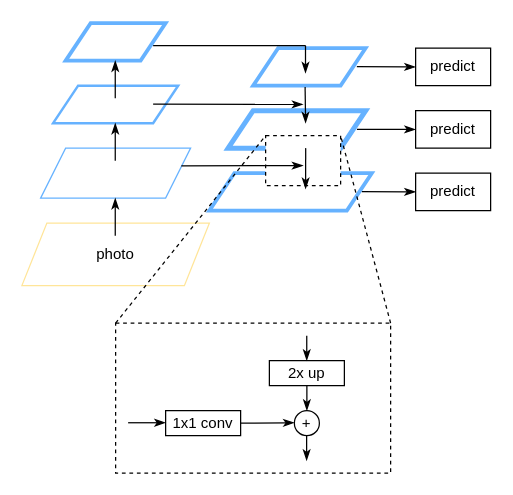
Before: page "特征金子塔结构图" (1 of 9) of 论文/图.drawio in ssl1995/draw, a draw.io diagram. Source tidied: cells renumbered, new cells numbered last; positions are measured from the earlier drawing's top-left corner, leaving out a move shared by most shapes. Both pictures are drawn from the tidied source at 125%, with x=0, y=0 at pixel (21, 22).
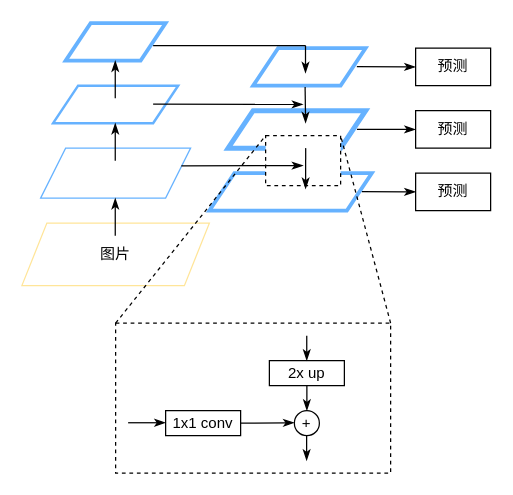
The same page after the edit.

Diff of the diagram source:
```diff
@@
-    <mxCell id="9" value="photo" style="shape=parallelogram;perimeter=parallelogramPerimeter;whiteSpace=wrap;html=1;fixedSize=1;strokeColor=#FFE599;align=center;verticalAlign=middle;fontFamily=Helvetica;fontSize=12;fontColor=default;fillColor=default;" parent="1" vertex="1">
+    <mxCell id="9" value="图片" style="shape=parallelogram;perimeter=parallelogramPerimeter;whiteSpace=wrap;html=1;fixedSize=1;strokeColor=#FFE599;align=center;verticalAlign=middle;fontFamily=Helvetica;fontSize=12;fontColor=default;fillColor=default;" parent="1" vertex="1">
       <mxGeometry y="160" width="150" height="50" as="geometry" />
     </mxCell>
@@
-    <mxCell id="21" value="predict" style="rounded=0;whiteSpace=wrap;html=1;" parent="1" vertex="1">
+    <mxCell id="21" value="预测" style="rounded=0;whiteSpace=wrap;html=1;" parent="1" vertex="1">
       <mxGeometry x="315" y="20" width="60" height="30" as="geometry" />
     </mxCell>
@@
-    <mxCell id="23" value="predict" style="rounded=0;whiteSpace=wrap;html=1;" parent="1" vertex="1">
+    <mxCell id="23" value="预测" style="rounded=0;whiteSpace=wrap;html=1;" parent="1" vertex="1">
       <mxGeometry x="315" y="70" width="60" height="30" as="geometry" />
     </mxCell>
@@
-    <mxCell id="25" value="predict" style="rounded=0;whiteSpace=wrap;html=1;" parent="1" vertex="1">
+    <mxCell id="25" value="预测" style="rounded=0;whiteSpace=wrap;html=1;" parent="1" vertex="1">
       <mxGeometry x="315" y="120" width="60" height="30" as="geometry" />
     </mxCell>
```
